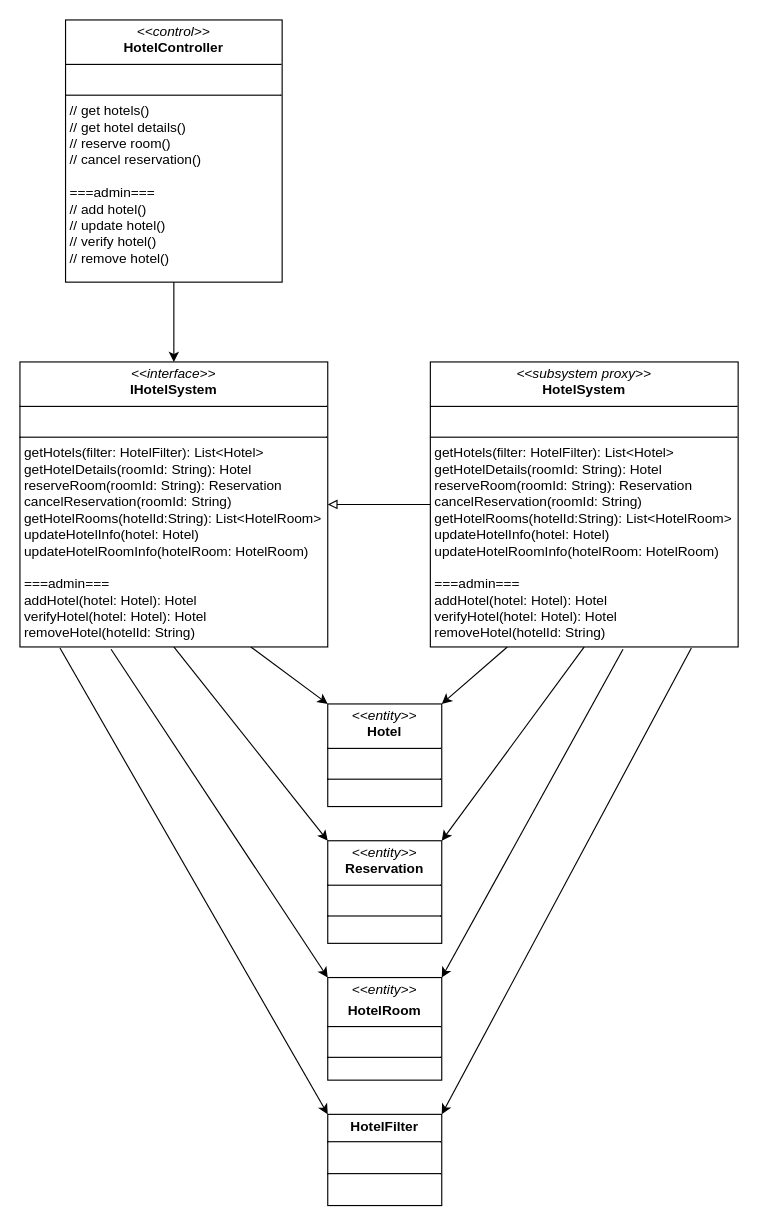
Before: hotel_subsystem.drawio in tenmo2003/OOAD, a draw.io diagram. Source tidied: cells renumbered, new cells numbered last; positions are measured from the earlier drawing's top-left corner, leaving out a move shared by most shapes. Both pictures are drawn from the tidied source at 114%, with x=0, y=0 at pixel (19, 19).
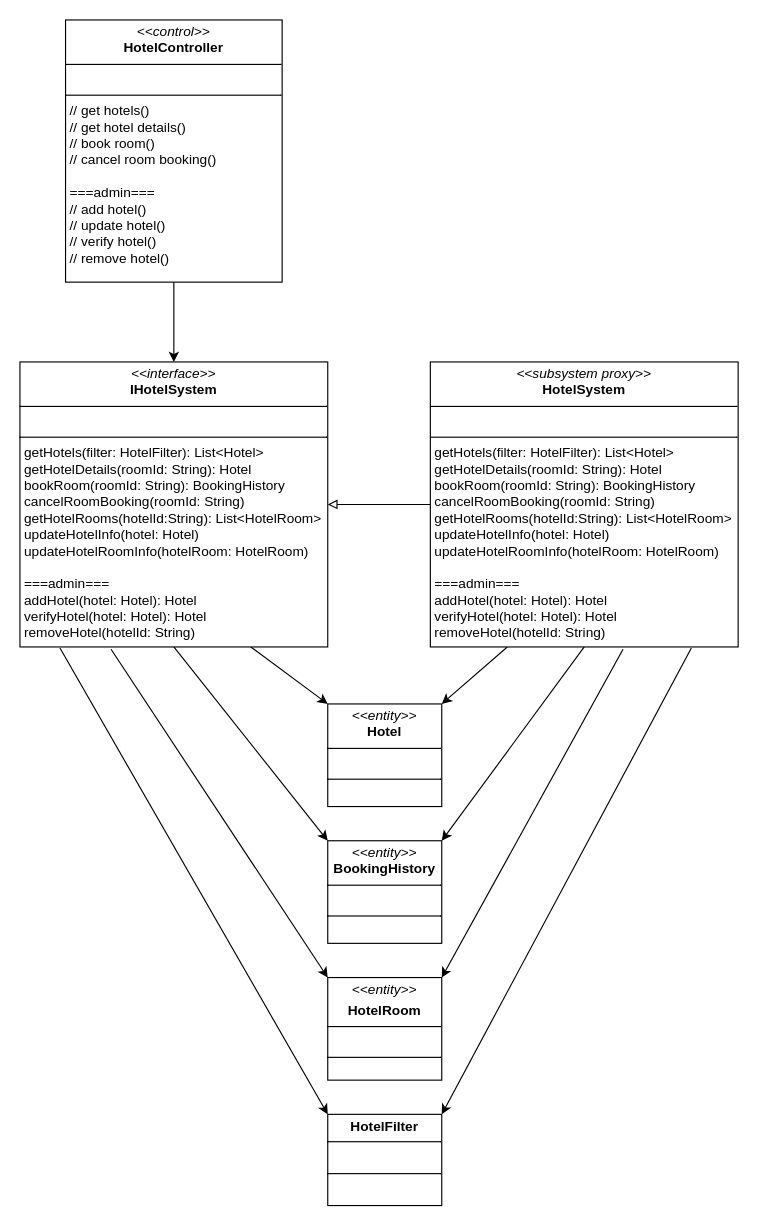
The same page after the edit.

What changed in the source:
```diff
@@
 <mxGraphModel>
   <root>
     <mxCell id="0" />
     <mxCell id="1" parent="0" />
     <mxCell id="2" style="edgeStyle=orthogonalEdgeStyle;rounded=0;jettySize=auto;html=1;exitX=0.5;exitY=1;exitDx=0;exitDy=0;entryX=0.5;entryY=0;entryDx=0;entryDy=0;" parent="1" edge="1" source="3" target="8">
       <mxGeometry relative="1" as="geometry" />
     </mxCell>
-    <mxCell id="3" value="&lt;p style=&quot;margin:0px;margin-top:4px;text-align:center;&quot;&gt;&lt;i&gt;&amp;lt;&amp;lt;control&amp;gt;&amp;gt;&lt;/i&gt;&lt;br&gt;&lt;b&gt;HotelController&lt;/b&gt;&lt;/p&gt;&lt;hr size=&quot;1&quot; style=&quot;border-style:solid;&quot;&gt;&lt;p style=&quot;margin:0px;margin-left:4px;&quot;&gt;&lt;br&gt;&lt;/p&gt;&lt;hr size=&quot;1&quot; style=&quot;border-style:solid;&quot;&gt;&lt;p style=&quot;margin:0px;margin-left:4px;&quot;&gt;// get hotels()&lt;/p&gt;&lt;p style=&quot;margin:0px;margin-left:4px;&quot;&gt;// get hotel details()&lt;/p&gt;&lt;p style=&quot;margin:0px;margin-left:4px;&quot;&gt;// reserve room()&lt;/p&gt;&lt;p style=&quot;margin:0px;margin-left:4px;&quot;&gt;// cancel reservation()&lt;/p&gt;&lt;p style=&quot;margin:0px;margin-left:4px;&quot;&gt;&lt;br&gt;&lt;/p&gt;&lt;p style=&quot;margin:0px;margin-left:4px;&quot;&gt;===admin===&lt;/p&gt;&lt;p style=&quot;margin:0px;margin-left:4px;&quot;&gt;// add hotel()&lt;/p&gt;&lt;p style=&quot;margin:0px;margin-left:4px;&quot;&gt;// update hotel()&lt;/p&gt;&lt;p style=&quot;margin:0px;margin-left:4px;&quot;&gt;// verify hotel()&lt;/p&gt;&lt;p style=&quot;margin:0px;margin-left:4px;&quot;&gt;// remove hotel()&lt;/p&gt;" style="verticalAlign=top;align=left;overflow=fill;html=1;whiteSpace=wrap;" parent="1" vertex="1">
+    <mxCell id="3" value="&lt;p style=&quot;margin:0px;margin-top:4px;text-align:center;&quot;&gt;&lt;i&gt;&amp;lt;&amp;lt;control&amp;gt;&amp;gt;&lt;/i&gt;&lt;br&gt;&lt;b&gt;HotelController&lt;/b&gt;&lt;/p&gt;&lt;hr size=&quot;1&quot; style=&quot;border-style:solid;&quot;&gt;&lt;p style=&quot;margin:0px;margin-left:4px;&quot;&gt;&lt;br&gt;&lt;/p&gt;&lt;hr size=&quot;1&quot; style=&quot;border-style:solid;&quot;&gt;&lt;p style=&quot;margin:0px;margin-left:4px;&quot;&gt;// get hotels()&lt;/p&gt;&lt;p style=&quot;margin:0px;margin-left:4px;&quot;&gt;// get hotel details()&lt;/p&gt;&lt;p style=&quot;margin:0px;margin-left:4px;&quot;&gt;// book room()&lt;/p&gt;&lt;p style=&quot;margin:0px;margin-left:4px;&quot;&gt;// cancel room booking()&lt;/p&gt;&lt;p style=&quot;margin:0px;margin-left:4px;&quot;&gt;&lt;br&gt;&lt;/p&gt;&lt;p style=&quot;margin:0px;margin-left:4px;&quot;&gt;===admin===&lt;/p&gt;&lt;p style=&quot;margin:0px;margin-left:4px;&quot;&gt;// add hotel()&lt;/p&gt;&lt;p style=&quot;margin:0px;margin-left:4px;&quot;&gt;// update hotel()&lt;/p&gt;&lt;p style=&quot;margin:0px;margin-left:4px;&quot;&gt;// verify hotel()&lt;/p&gt;&lt;p style=&quot;margin:0px;margin-left:4px;&quot;&gt;// remove hotel()&lt;/p&gt;" style="verticalAlign=top;align=left;overflow=fill;html=1;whiteSpace=wrap;" parent="1" vertex="1">
       <mxGeometry x="40" width="190" height="230" as="geometry" />
     </mxCell>
     <mxCell id="4" style="rounded=0;jettySize=auto;html=1;exitX=0.75;exitY=1;exitDx=0;exitDy=0;entryX=0;entryY=0;entryDx=0;entryDy=0;" parent="1" edge="1" source="8" target="15">
       <mxGeometry relative="1" as="geometry" />
     </mxCell>
     <mxCell id="5" style="rounded=0;jettySize=auto;html=1;exitX=0.5;exitY=1;exitDx=0;exitDy=0;entryX=0;entryY=0;entryDx=0;entryDy=0;" parent="1" edge="1" source="8" target="17">
       <mxGeometry relative="1" as="geometry" />
     </mxCell>
     <mxCell id="6" style="rounded=0;jettySize=auto;html=1;exitX=0.13;exitY=1.004;exitDx=0;exitDy=0;entryX=0;entryY=0;entryDx=0;entryDy=0;exitPerimeter=0;" parent="1" edge="1" source="8" target="16">
       <mxGeometry relative="1" as="geometry" />
     </mxCell>
     <mxCell id="7" style="rounded=0;jettySize=auto;html=1;exitX=0.296;exitY=1.008;exitDx=0;exitDy=0;entryX=0;entryY=0;entryDx=0;entryDy=0;exitPerimeter=0;" parent="1" edge="1" source="8" target="18">
       <mxGeometry relative="1" as="geometry" />
     </mxCell>
-    <mxCell id="8" value="&lt;p style=&quot;margin:0px;margin-top:4px;text-align:center;&quot;&gt;&lt;i&gt;&amp;lt;&amp;lt;interface&amp;gt;&amp;gt;&lt;/i&gt;&lt;br&gt;&lt;b&gt;IHotelSystem&lt;/b&gt;&lt;/p&gt;&lt;hr size=&quot;1&quot; style=&quot;border-style:solid;&quot;&gt;&lt;p style=&quot;margin:0px;margin-left:4px;&quot;&gt;&lt;br&gt;&lt;/p&gt;&lt;hr size=&quot;1&quot; style=&quot;border-style:solid;&quot;&gt;&lt;p style=&quot;margin:0px;margin-left:4px;&quot;&gt;&lt;span id=&quot;selected_text&quot;&gt;&lt;/span&gt;getHotels(filter: HotelFilter): List&amp;lt;Hotel&amp;gt;&lt;/p&gt;&lt;p style=&quot;margin:0px;margin-left:4px;&quot;&gt;getHotelDetails(roomId: String): Hotel&lt;/p&gt;&lt;p style=&quot;margin:0px;margin-left:4px;&quot;&gt;reserveRoom(roomId: String): Reservation&lt;/p&gt;&lt;p style=&quot;margin:0px;margin-left:4px;&quot;&gt;cancelReservation(roomId: String)&lt;/p&gt;&lt;p style=&quot;margin:0px;margin-left:4px;&quot;&gt;getHotelRooms(hotelId:String): List&amp;lt;HotelRoom&amp;gt;&lt;/p&gt;&lt;p style=&quot;margin:0px;margin-left:4px;&quot;&gt;updateHotelInfo(hotel: Hotel)&lt;/p&gt;&lt;p style=&quot;margin:0px;margin-left:4px;&quot;&gt;updateHotelR&lt;span id=&quot;selected_text&quot;&gt;&lt;/span&gt;oomInfo(hotelRoom: HotelRoom)&lt;/p&gt;&lt;p style=&quot;margin:0px;margin-left:4px;&quot;&gt;&lt;br&gt;&lt;/p&gt;&lt;p style=&quot;margin:0px;margin-left:4px;&quot;&gt;===admin===&lt;/p&gt;&lt;p style=&quot;margin:0px;margin-left:4px;&quot;&gt;addHotel(hotel: Hotel): Hotel&lt;/p&gt;&lt;p style=&quot;margin:0px;margin-left:4px;&quot;&gt;verifyHotel(hotel: Hotel): Hotel&lt;/p&gt;&lt;p style=&quot;margin:0px;margin-left:4px;&quot;&gt;removeHotel(hotelId: String)&lt;/p&gt;" style="verticalAlign=top;align=left;overflow=fill;html=1;whiteSpace=wrap;" parent="1" vertex="1">
+    <mxCell id="8" value="&lt;p style=&quot;margin:0px;margin-top:4px;text-align:center;&quot;&gt;&lt;i&gt;&amp;lt;&amp;lt;interface&amp;gt;&amp;gt;&lt;/i&gt;&lt;br&gt;&lt;b&gt;IHotelSystem&lt;/b&gt;&lt;/p&gt;&lt;hr size=&quot;1&quot; style=&quot;border-style:solid;&quot;&gt;&lt;p style=&quot;margin:0px;margin-left:4px;&quot;&gt;&lt;br&gt;&lt;/p&gt;&lt;hr size=&quot;1&quot; style=&quot;border-style:solid;&quot;&gt;&lt;p style=&quot;margin:0px;margin-left:4px;&quot;&gt;&lt;span id=&quot;selected_text&quot;&gt;&lt;/span&gt;getHotels(filter: HotelFilter): List&amp;lt;Hotel&amp;gt;&lt;/p&gt;&lt;p style=&quot;margin:0px;margin-left:4px;&quot;&gt;getHotelDetails(roomId: String): Hotel&lt;/p&gt;&lt;p style=&quot;margin:0px;margin-left:4px;&quot;&gt;bookRoom(roomId: String): BookingHistory&lt;/p&gt;&lt;p style=&quot;margin:0px;margin-left:4px;&quot;&gt;cancelRoomBooking(roomId: String)&lt;/p&gt;&lt;p style=&quot;margin:0px;margin-left:4px;&quot;&gt;getHotelRooms(hotelId:String): List&amp;lt;HotelRoom&amp;gt;&lt;/p&gt;&lt;p style=&quot;margin:0px;margin-left:4px;&quot;&gt;updateHotelInfo(hotel: Hotel)&lt;/p&gt;&lt;p style=&quot;margin:0px;margin-left:4px;&quot;&gt;updateHotelR&lt;span id=&quot;selected_text&quot;&gt;&lt;/span&gt;oomInfo(hotelRoom: HotelRoom)&lt;/p&gt;&lt;p style=&quot;margin:0px;margin-left:4px;&quot;&gt;&lt;br&gt;&lt;/p&gt;&lt;p style=&quot;margin:0px;margin-left:4px;&quot;&gt;===admin===&lt;/p&gt;&lt;p style=&quot;margin:0px;margin-left:4px;&quot;&gt;addHotel(hotel: Hotel): Hotel&lt;/p&gt;&lt;p style=&quot;margin:0px;margin-left:4px;&quot;&gt;verifyHotel(hotel: Hotel): Hotel&lt;/p&gt;&lt;p style=&quot;margin:0px;margin-left:4px;&quot;&gt;removeHotel(hotelId: String)&lt;/p&gt;" style="verticalAlign=top;align=left;overflow=fill;html=1;whiteSpace=wrap;" parent="1" vertex="1">
       <mxGeometry y="300" width="270" height="250" as="geometry" />
     </mxCell>
     <mxCell id="9" style="edgeStyle=orthogonalEdgeStyle;rounded=0;jettySize=auto;html=1;exitX=0;exitY=0.5;exitDx=0;exitDy=0;entryX=1;entryY=0.5;entryDx=0;entryDy=0;endArrow=block;endFill=0;strokeWidth=1;" parent="1" edge="1" source="14" target="8">
       <mxGeometry relative="1" as="geometry" />
     </mxCell>
     <mxCell id="10" style="rounded=0;jettySize=auto;html=1;exitX=0.25;exitY=1;exitDx=0;exitDy=0;entryX=1;entryY=0;entryDx=0;entryDy=0;" parent="1" edge="1" source="14" target="15">
       <mxGeometry relative="1" as="geometry" />
     </mxCell>
     <mxCell id="11" style="rounded=0;jettySize=auto;html=1;exitX=0.5;exitY=1;exitDx=0;exitDy=0;entryX=1;entryY=0;entryDx=0;entryDy=0;" parent="1" edge="1" source="14" target="17">
       <mxGeometry relative="1" as="geometry" />
     </mxCell>
     <mxCell id="12" style="rounded=0;jettySize=auto;html=1;exitX=0.848;exitY=1.004;exitDx=0;exitDy=0;entryX=1;entryY=0;entryDx=0;entryDy=0;exitPerimeter=0;" parent="1" edge="1" source="14" target="16">
       <mxGeometry relative="1" as="geometry" />
     </mxCell>
     <mxCell id="13" style="rounded=0;jettySize=auto;html=1;exitX=0.626;exitY=1.008;exitDx=0;exitDy=0;entryX=1;entryY=0;entryDx=0;entryDy=0;exitPerimeter=0;" parent="1" edge="1" source="14" target="18">
       <mxGeometry relative="1" as="geometry" />
     </mxCell>
-    <mxCell id="14" value="&lt;p style=&quot;margin:0px;margin-top:4px;text-align:center;&quot;&gt;&lt;i&gt;&amp;lt;&amp;lt;subsystem proxy&amp;gt;&amp;gt;&lt;/i&gt;&lt;br&gt;&lt;b&gt;HotelSystem&lt;/b&gt;&lt;/p&gt;&lt;hr size=&quot;1&quot; style=&quot;border-style:solid;&quot;&gt;&lt;p style=&quot;margin:0px;margin-left:4px;&quot;&gt;&lt;br&gt;&lt;/p&gt;&lt;hr size=&quot;1&quot; style=&quot;border-style:solid;&quot;&gt;&lt;p style=&quot;margin: 0px 0px 0px 4px;&quot;&gt;getHotels(filter: HotelFilter): List&amp;lt;Hotel&amp;gt;&lt;/p&gt;&lt;p style=&quot;margin: 0px 0px 0px 4px;&quot;&gt;getHotelDetails(roomId: String): Hotel&lt;/p&gt;&lt;p style=&quot;margin: 0px 0px 0px 4px;&quot;&gt;reserveRoom(roomId: String): Reservation&lt;/p&gt;&lt;p style=&quot;margin: 0px 0px 0px 4px;&quot;&gt;cancelReservation(roomId: String)&lt;/p&gt;&lt;p style=&quot;margin: 0px 0px 0px 4px;&quot;&gt;getHotelRooms(hotelId:String): List&amp;lt;HotelRoom&amp;gt;&lt;/p&gt;&lt;p style=&quot;margin: 0px 0px 0px 4px;&quot;&gt;updateHotelInfo(hotel: Hotel)&lt;/p&gt;&lt;p style=&quot;margin: 0px 0px 0px 4px;&quot;&gt;updateHotelR&lt;span id=&quot;selected_text&quot;&gt;&lt;/span&gt;oomInfo(hotelRoom: HotelRoom)&lt;/p&gt;&lt;p style=&quot;margin: 0px 0px 0px 4px;&quot;&gt;&lt;br&gt;&lt;/p&gt;&lt;p style=&quot;margin: 0px 0px 0px 4px;&quot;&gt;===admin===&lt;/p&gt;&lt;p style=&quot;margin: 0px 0px 0px 4px;&quot;&gt;addHotel(hotel: Hotel): Hotel&lt;/p&gt;&lt;p style=&quot;margin: 0px 0px 0px 4px;&quot;&gt;verifyHotel(hotel: Hotel): Hotel&lt;/p&gt;&lt;p style=&quot;margin: 0px 0px 0px 4px;&quot;&gt;&lt;/p&gt;&lt;p style=&quot;margin: 0px 0px 0px 4px;&quot;&gt;removeHotel(hotelId: String)&lt;/p&gt;" style="verticalAlign=top;align=left;overflow=fill;html=1;whiteSpace=wrap;" parent="1" vertex="1">
+    <mxCell id="14" value="&lt;p style=&quot;margin:0px;margin-top:4px;text-align:center;&quot;&gt;&lt;i&gt;&amp;lt;&amp;lt;subsystem proxy&amp;gt;&amp;gt;&lt;/i&gt;&lt;br&gt;&lt;b&gt;HotelSystem&lt;/b&gt;&lt;/p&gt;&lt;hr size=&quot;1&quot; style=&quot;border-style:solid;&quot;&gt;&lt;p style=&quot;margin:0px;margin-left:4px;&quot;&gt;&lt;br&gt;&lt;/p&gt;&lt;hr size=&quot;1&quot; style=&quot;border-style:solid;&quot;&gt;&lt;p style=&quot;margin: 0px 0px 0px 4px;&quot;&gt;getHotels(filter: HotelFilter): List&amp;lt;Hotel&amp;gt;&lt;/p&gt;&lt;p style=&quot;margin: 0px 0px 0px 4px;&quot;&gt;getHotelDetails(roomId: String): Hotel&lt;/p&gt;&lt;p style=&quot;margin: 0px 0px 0px 4px;&quot;&gt;bookRoom(roomId: String): BookingHistory&lt;/p&gt;&lt;p style=&quot;margin: 0px 0px 0px 4px;&quot;&gt;cancelRoomBooking(roomId: String)&lt;/p&gt;&lt;p style=&quot;margin: 0px 0px 0px 4px;&quot;&gt;getHotelRooms(hotelId:String): List&amp;lt;HotelRoom&amp;gt;&lt;/p&gt;&lt;p style=&quot;margin: 0px 0px 0px 4px;&quot;&gt;updateHotelInfo(hotel: Hotel)&lt;/p&gt;&lt;p style=&quot;margin: 0px 0px 0px 4px;&quot;&gt;updateHotelR&lt;span id=&quot;selected_text&quot;&gt;&lt;/span&gt;oomInfo(hotelRoom: HotelRoom)&lt;/p&gt;&lt;p style=&quot;margin: 0px 0px 0px 4px;&quot;&gt;&lt;br&gt;&lt;/p&gt;&lt;p style=&quot;margin: 0px 0px 0px 4px;&quot;&gt;===admin===&lt;/p&gt;&lt;p style=&quot;margin: 0px 0px 0px 4px;&quot;&gt;addHotel(hotel: Hotel): Hotel&lt;/p&gt;&lt;p style=&quot;margin: 0px 0px 0px 4px;&quot;&gt;verifyHotel(hotel: Hotel): Hotel&lt;/p&gt;&lt;p style=&quot;margin: 0px 0px 0px 4px;&quot;&gt;removeHotel(hotelId: String)&lt;/p&gt;" style="verticalAlign=top;align=left;overflow=fill;html=1;whiteSpace=wrap;" parent="1" vertex="1">
       <mxGeometry x="360" y="300" width="270" height="250" as="geometry" />
     </mxCell>
     <mxCell id="15" value="&lt;p style=&quot;margin:0px;margin-top:4px;text-align:center;&quot;&gt;&lt;i&gt;&amp;lt;&amp;lt;entity&amp;gt;&amp;gt;&lt;/i&gt;&lt;br&gt;&lt;b&gt;Hotel&lt;/b&gt;&lt;/p&gt;&lt;hr size=&quot;1&quot; style=&quot;border-style:solid;&quot;&gt;&lt;p style=&quot;margin:0px;margin-left:4px;&quot;&gt;&lt;br&gt;&lt;/p&gt;&lt;hr size=&quot;1&quot; style=&quot;border-style:solid;&quot;&gt;&lt;p style=&quot;margin:0px;margin-left:4px;&quot;&gt;&lt;br&gt;&lt;/p&gt;" style="verticalAlign=top;align=left;overflow=fill;html=1;whiteSpace=wrap;" parent="1" vertex="1">
       <mxGeometry x="270" y="600" width="100" height="90" as="geometry" />
     </mxCell>
     <mxCell id="16" value="&lt;p style=&quot;margin:0px;margin-top:4px;text-align:center;&quot;&gt;&lt;b&gt;&lt;span id=&quot;selected_text&quot;&gt;&lt;/span&gt;HotelFilter&lt;/b&gt;&lt;/p&gt;&lt;hr size=&quot;1&quot; style=&quot;border-style:solid;&quot;&gt;&lt;p style=&quot;margin:0px;margin-left:4px;&quot;&gt;&lt;br&gt;&lt;/p&gt;&lt;hr size=&quot;1&quot; style=&quot;border-style:solid;&quot;&gt;&lt;p style=&quot;margin:0px;margin-left:4px;&quot;&gt;&lt;br&gt;&lt;/p&gt;" style="verticalAlign=top;align=left;overflow=fill;html=1;whiteSpace=wrap;" parent="1" vertex="1">
       <mxGeometry x="270" y="960" width="100" height="80" as="geometry" />
     </mxCell>
-    <mxCell id="17" value="&lt;p style=&quot;margin:0px;margin-top:4px;text-align:center;&quot;&gt;&lt;i&gt;&amp;lt;&amp;lt;entity&amp;gt;&amp;gt;&lt;/i&gt;&lt;br&gt;&lt;b&gt;&lt;span id=&quot;selected_text&quot;&gt;&lt;/span&gt;Reservation&lt;/b&gt;&lt;/p&gt;&lt;hr size=&quot;1&quot; style=&quot;border-style:solid;&quot;&gt;&lt;p style=&quot;margin:0px;margin-left:4px;&quot;&gt;&lt;br&gt;&lt;/p&gt;&lt;hr size=&quot;1&quot; style=&quot;border-style:solid;&quot;&gt;&lt;p style=&quot;margin:0px;margin-left:4px;&quot;&gt;&lt;br&gt;&lt;/p&gt;" style="verticalAlign=top;align=left;overflow=fill;html=1;whiteSpace=wrap;" parent="1" vertex="1">
+    <mxCell id="17" value="&lt;p style=&quot;margin:0px;margin-top:4px;text-align:center;&quot;&gt;&lt;i&gt;&amp;lt;&amp;lt;entity&amp;gt;&amp;gt;&lt;/i&gt;&lt;br&gt;&lt;b&gt;&lt;span id=&quot;selected_text&quot;&gt;&lt;/span&gt;BookingHistory&lt;/b&gt;&lt;/p&gt;&lt;hr size=&quot;1&quot; style=&quot;border-style:solid;&quot;&gt;&lt;p style=&quot;margin:0px;margin-left:4px;&quot;&gt;&lt;br&gt;&lt;/p&gt;&lt;hr size=&quot;1&quot; style=&quot;border-style:solid;&quot;&gt;&lt;p style=&quot;margin:0px;margin-left:4px;&quot;&gt;&lt;br&gt;&lt;/p&gt;" style="verticalAlign=top;align=left;overflow=fill;html=1;whiteSpace=wrap;" parent="1" vertex="1">
       <mxGeometry x="270" y="720" width="100" height="90" as="geometry" />
     </mxCell>
     <mxCell id="18" value="&lt;p style=&quot;margin:0px;margin-top:4px;text-align:center;&quot;&gt;&lt;i&gt;&lt;span id=&quot;selected_text&quot;&gt;&lt;/span&gt;&amp;lt;&amp;lt;entity&amp;gt;&amp;gt;&lt;/i&gt;&lt;/p&gt;&lt;p style=&quot;margin:0px;margin-top:4px;text-align:center;&quot;&gt;&lt;b&gt;&lt;span id=&quot;selected_text&quot;&gt;&lt;/span&gt;&lt;span id=&quot;selected_text&quot;&gt;&lt;/span&gt;&lt;span id=&quot;selected_text&quot;&gt;&lt;/span&gt;HotelRoom&lt;/b&gt;&lt;/p&gt;&lt;hr size=&quot;1&quot; style=&quot;border-style:solid;&quot;&gt;&lt;p style=&quot;margin:0px;margin-left:4px;&quot;&gt;&lt;br&gt;&lt;/p&gt;&lt;hr size=&quot;1&quot; style=&quot;border-style:solid;&quot;&gt;&lt;p style=&quot;margin:0px;margin-left:4px;&quot;&gt;&lt;br&gt;&lt;/p&gt;" style="verticalAlign=top;align=left;overflow=fill;html=1;whiteSpace=wrap;" parent="1" vertex="1">
       <mxGeometry x="270" y="840" width="100" height="90" as="geometry" />
     </mxCell>
   </root>
 </mxGraphModel>
```
